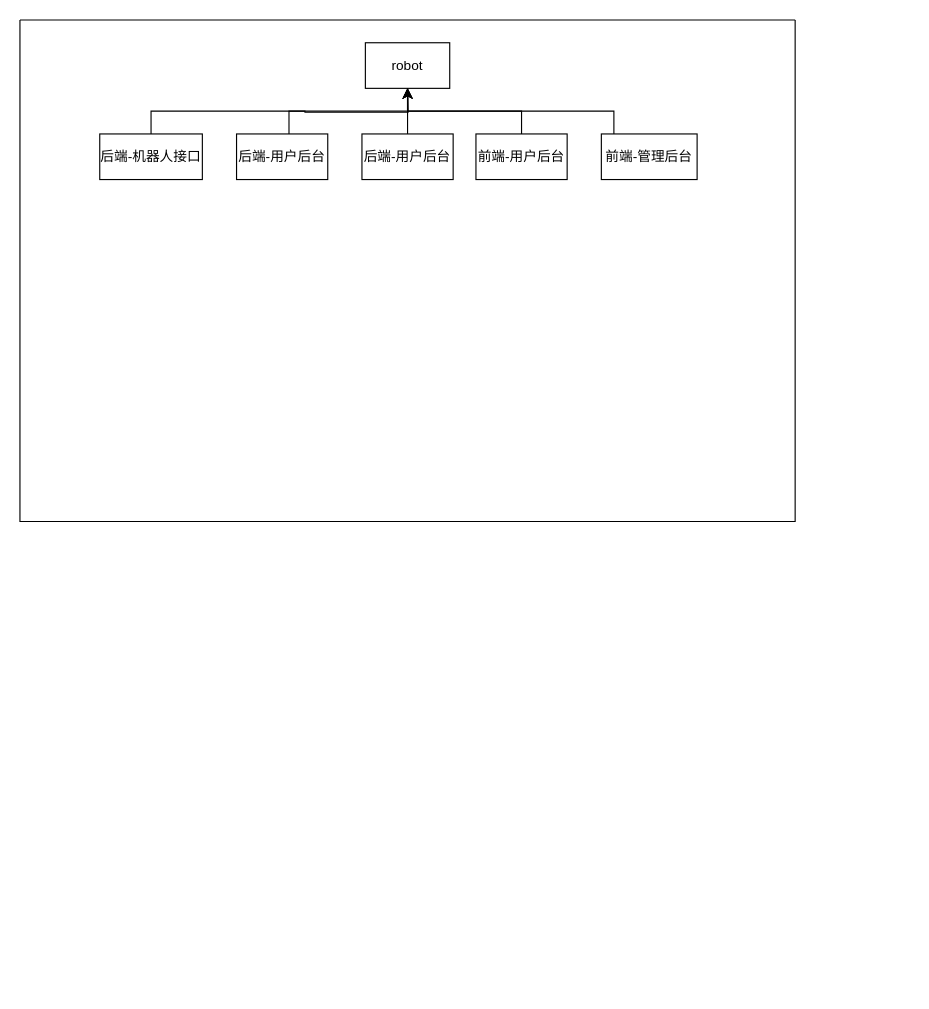
Earlier version of the draw.io diagram robot/robot-structure.drawio (Mr-WxJ/diagrams). Source tidied: cells renumbered, new cells numbered last; positions are measured from the earlier drawing's top-left corner, leaving out a move shared by most shapes. Both pictures are drawn from the tidied source at 114%, with x=0, y=0 at pixel (19, 19).
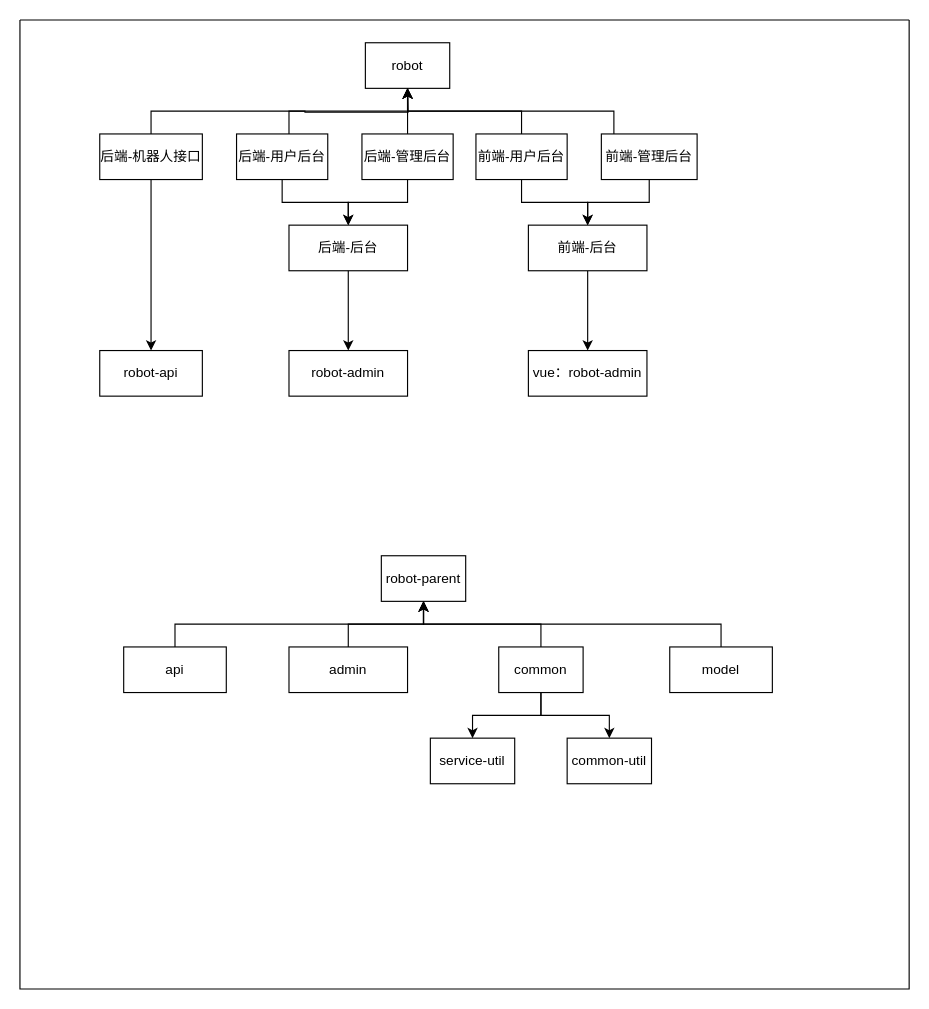
Above is the later version.

The change refers to these unchanged cells:
```xml
<mxCell id="5" value="后端-机器人接口" style="rounded=0;whiteSpace=wrap;html=1;" parent="2" vertex="1">
  <mxGeometry x="70" y="100" width="90" height="40" as="geometry" />
</mxCell>
<mxCell id="7" value="后端-用户后台" style="rounded=0;whiteSpace=wrap;html=1;" parent="2" vertex="1">
  <mxGeometry x="190" y="100" width="80" height="40" as="geometry" />
</mxCell>
<mxCell id="10" value="前端-用户后台" style="rounded=0;whiteSpace=wrap;html=1;" parent="2" vertex="1">
  <mxGeometry x="400" y="100" width="80" height="40" as="geometry" />
</mxCell>
<mxCell id="12" value="前端-管理后台" style="rounded=0;whiteSpace=wrap;html=1;" parent="2" vertex="1">
  <mxGeometry x="510" y="100" width="84" height="40" as="geometry" />
</mxCell>
```

The edit, as a diff of the source:
```diff
@@
     <mxCell id="2" style="swimlane;startSize=0;" parent="1" vertex="1">
-      <mxGeometry width="680" height="440" as="geometry" />
+      <mxGeometry width="780" height="850" as="geometry" />
     </mxCell>
@@
+    <mxCell id="14" style="edgeStyle=orthogonalEdgeStyle;rounded=0;jettySize=auto;html=1;" parent="2" edge="1" source="5" target="23">
+      <mxGeometry relative="1" as="geometry" />
+    </mxCell>
@@
+    <mxCell id="15" style="edgeStyle=orthogonalEdgeStyle;rounded=0;jettySize=auto;html=1;entryX=0.5;entryY=0;entryDx=0;entryDy=0;" parent="2" edge="1" source="7" target="22">
+      <mxGeometry relative="1" as="geometry" />
+    </mxCell>
@@
+    <mxCell id="16" style="edgeStyle=orthogonalEdgeStyle;rounded=0;jettySize=auto;html=1;entryX=0.5;entryY=0;entryDx=0;entryDy=0;" parent="2" edge="1" source="10" target="20">
+      <mxGeometry relative="1" as="geometry">
+        <Array as="points">
+          <mxPoint x="440" y="160" />
+          <mxPoint x="498" y="160" />
+        </Array>
+      </mxGeometry>
+    </mxCell>
@@
+    <mxCell id="17" style="edgeStyle=orthogonalEdgeStyle;rounded=0;jettySize=auto;html=1;entryX=0.5;entryY=0;entryDx=0;entryDy=0;" parent="2" edge="1" source="12" target="20">
+      <mxGeometry relative="1" as="geometry">
+        <Array as="points">
+          <mxPoint x="552" y="160" />
+          <mxPoint x="498" y="160" />
+        </Array>
+      </mxGeometry>
+    </mxCell>
@@
+    <mxCell id="18" style="edgeStyle=orthogonalEdgeStyle;rounded=0;jettySize=auto;html=1;entryX=0.5;entryY=0;entryDx=0;entryDy=0;" parent="2" edge="1" source="13" target="22">
+      <mxGeometry relative="1" as="geometry" />
+    </mxCell>
-    <mxCell id="13" value="后端-用户后台" style="rounded=0;whiteSpace=wrap;html=1;" parent="2" vertex="1">
+    <mxCell id="13" value="后端-管理后台" style="rounded=0;whiteSpace=wrap;html=1;" parent="2" vertex="1">
       <mxGeometry x="300" y="100" width="80" height="40" as="geometry" />
     </mxCell>
+    <mxCell id="19" style="edgeStyle=orthogonalEdgeStyle;rounded=0;jettySize=auto;html=1;" parent="2" edge="1" source="20" target="25">
+      <mxGeometry relative="1" as="geometry" />
+    </mxCell>
+    <mxCell id="20" value="前端-后台" style="rounded=0;whiteSpace=wrap;html=1;" parent="2" vertex="1">
+      <mxGeometry x="446" y="180" width="104" height="40" as="geometry" />
+    </mxCell>
+    <mxCell id="21" style="edgeStyle=orthogonalEdgeStyle;rounded=0;jettySize=auto;html=1;" parent="2" edge="1" target="24">
+      <mxGeometry relative="1" as="geometry">
+        <mxPoint x="254" y="215" as="sourcePoint" />
+        <Array as="points">
+          <mxPoint x="288" y="215" />
+        </Array>
+      </mxGeometry>
+    </mxCell>
+    <mxCell id="22" value="后端-后台" style="rounded=0;whiteSpace=wrap;html=1;" parent="2" vertex="1">
+      <mxGeometry x="236" y="180" width="104" height="40" as="geometry" />
+    </mxCell>
+    <mxCell id="23" value="robot-api" style="rounded=0;whiteSpace=wrap;html=1;" parent="2" vertex="1">
+      <mxGeometry x="70" y="290" width="90" height="40" as="geometry" />
+    </mxCell>
+    <mxCell id="24" value="robot-admin" style="rounded=0;whiteSpace=wrap;html=1;" parent="2" vertex="1">
+      <mxGeometry x="236" y="290" width="104" height="40" as="geometry" />
+    </mxCell>
+    <mxCell id="25" value="vue：robot-admin&lt;br&gt;" style="rounded=0;whiteSpace=wrap;html=1;" parent="2" vertex="1">
+      <mxGeometry x="446" y="290" width="104" height="40" as="geometry" />
+    </mxCell>
+    <mxCell id="26" value="robot-parent" style="rounded=0;whiteSpace=wrap;html=1;" parent="2" vertex="1">
+      <mxGeometry x="317" y="470" width="74" height="40" as="geometry" />
+    </mxCell>
+    <mxCell id="27" style="edgeStyle=orthogonalEdgeStyle;rounded=0;jettySize=auto;html=1;entryX=0.5;entryY=1;entryDx=0;entryDy=0;" parent="2" edge="1" source="28" target="26">
+      <mxGeometry relative="1" as="geometry">
+        <Array as="points">
+          <mxPoint x="136" y="530" />
+          <mxPoint x="354" y="530" />
+        </Array>
+      </mxGeometry>
+    </mxCell>
+    <mxCell id="28" value="api" style="rounded=0;whiteSpace=wrap;html=1;" parent="2" vertex="1">
+      <mxGeometry x="91" y="550" width="90" height="40" as="geometry" />
+    </mxCell>
+    <mxCell id="29" style="edgeStyle=orthogonalEdgeStyle;rounded=0;jettySize=auto;html=1;" parent="2" edge="1" source="30" target="26">
+      <mxGeometry relative="1" as="geometry" />
+    </mxCell>
+    <mxCell id="30" value="admin" style="rounded=0;whiteSpace=wrap;html=1;" parent="2" vertex="1">
+      <mxGeometry x="236" y="550" width="104" height="40" as="geometry" />
+    </mxCell>
+    <mxCell id="31" style="edgeStyle=orthogonalEdgeStyle;rounded=0;jettySize=auto;html=1;" parent="2" edge="1" source="34" target="35">
+      <mxGeometry relative="1" as="geometry" />
+    </mxCell>
+    <mxCell id="32" style="edgeStyle=orthogonalEdgeStyle;rounded=0;jettySize=auto;html=1;" parent="2" edge="1" source="34" target="36">
+      <mxGeometry relative="1" as="geometry" />
+    </mxCell>
+    <mxCell id="33" style="edgeStyle=orthogonalEdgeStyle;rounded=0;jettySize=auto;html=1;entryX=0.5;entryY=1;entryDx=0;entryDy=0;" parent="2" edge="1" source="34" target="26">
+      <mxGeometry relative="1" as="geometry">
+        <Array as="points">
+          <mxPoint x="457" y="530" />
+          <mxPoint x="354" y="530" />
+        </Array>
+      </mxGeometry>
+    </mxCell>
+    <mxCell id="34" value="common" style="rounded=0;whiteSpace=wrap;html=1;" parent="2" vertex="1">
+      <mxGeometry x="420" y="550" width="74" height="40" as="geometry" />
+    </mxCell>
+    <mxCell id="35" value="common-util" style="rounded=0;whiteSpace=wrap;html=1;" parent="2" vertex="1">
+      <mxGeometry x="480" y="630" width="74" height="40" as="geometry" />
+    </mxCell>
+    <mxCell id="36" value="service-util&lt;br&gt;" style="rounded=0;whiteSpace=wrap;html=1;" parent="2" vertex="1">
+      <mxGeometry x="360" y="630" width="74" height="40" as="geometry" />
+    </mxCell>
+    <mxCell id="37" style="edgeStyle=orthogonalEdgeStyle;rounded=0;jettySize=auto;html=1;entryX=0.5;entryY=1;entryDx=0;entryDy=0;" parent="2" edge="1" source="38" target="26">
+      <mxGeometry relative="1" as="geometry">
+        <Array as="points">
+          <mxPoint x="615" y="530" />
+          <mxPoint x="354" y="530" />
+        </Array>
+      </mxGeometry>
+    </mxCell>
+    <mxCell id="38" value="model&lt;br&gt;" style="rounded=0;whiteSpace=wrap;html=1;" parent="2" vertex="1">
+      <mxGeometry x="570" y="550" width="90" height="40" as="geometry" />
+    </mxCell>
```
